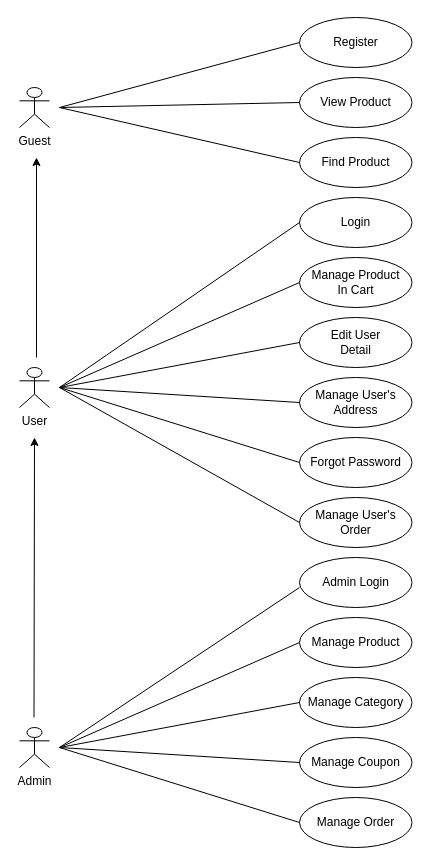
Above: WatchStoreDocs/UseCase/UseCaseReview.drawio in HuYssss/WatchStore (draw.io), before the change. Source tidied: cells renumbered, new cells numbered last; positions are measured from the earlier drawing's top-left corner, leaving out a move shared by most shapes. Both pictures are drawn from the tidied source at 100%, with x=0, y=0 at pixel (19, 17).
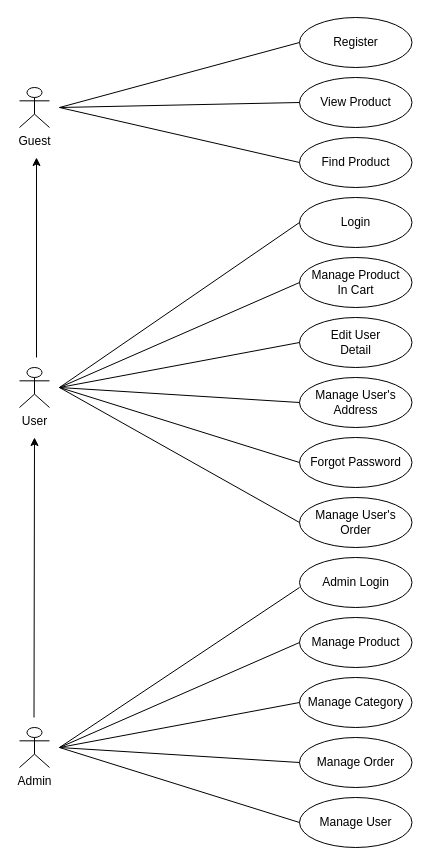
The same diagram, later.

Change to the diagram source:
```diff
@@
-    <mxCell id="27" value="Manage Coupon" style="ellipse;whiteSpace=wrap;html=1;" parent="1" vertex="1">
-      <mxGeometry x="280" y="720" width="112.5" height="50" as="geometry" />
+    <mxCell id="27" value="Manage User" style="ellipse;whiteSpace=wrap;html=1;" parent="1" vertex="1">
+      <mxGeometry x="280" y="780" width="112.5" height="50" as="geometry" />
     </mxCell>
     <mxCell id="28" value="Manage Order" style="ellipse;whiteSpace=wrap;html=1;" parent="1" vertex="1">
-      <mxGeometry x="280" y="780" width="112.5" height="50" as="geometry" />
+      <mxGeometry x="280" y="720" width="112.5" height="50" as="geometry" />
     </mxCell>
```
